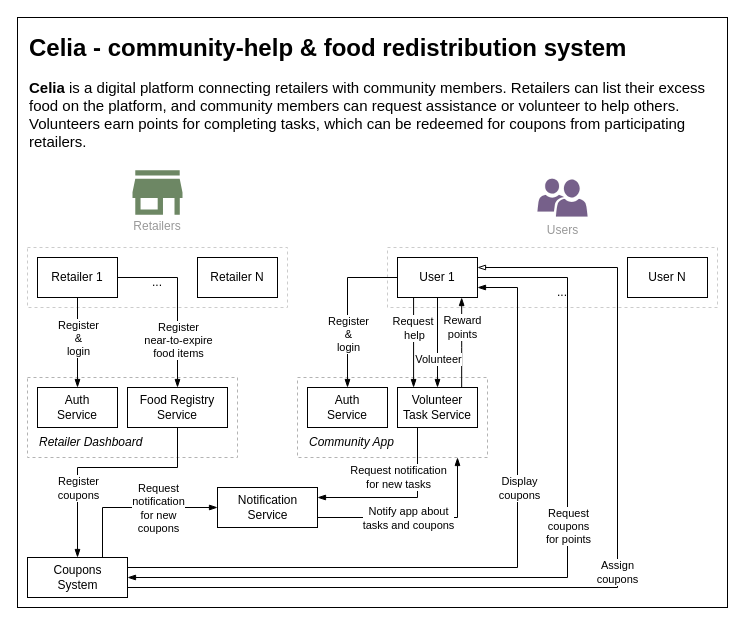
HarshvardhanThosar/msc-project-resources keeps this draw.io diagram as page "Page-2" (2 of 2) of Untitled Diagram.drawio. Above is the earlier version. Source tidied: cells renumbered, new cells numbered last; positions are measured from the earlier drawing's top-left corner, leaving out a move shared by most shapes. Both pictures are drawn from the tidied source at 100%, with x=0, y=0 at pixel (17, 17).
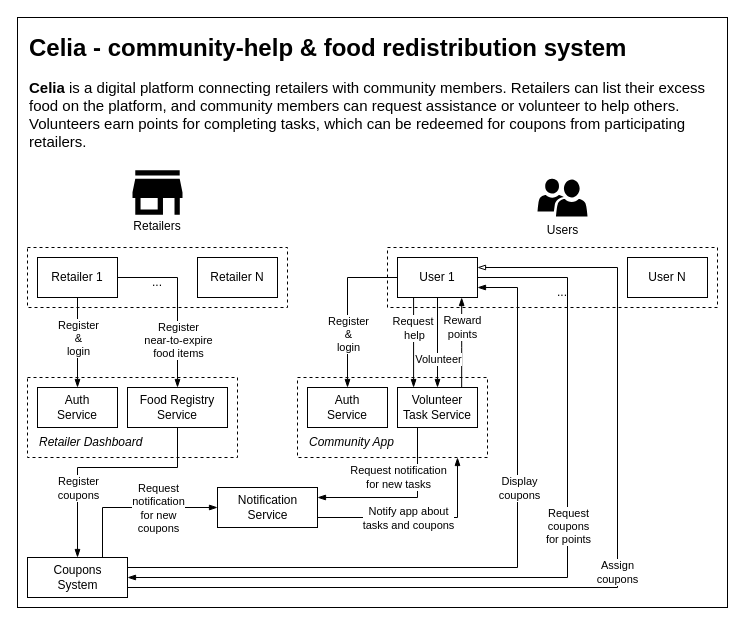
The same diagram, later.

Commit message:
monotonous theme

Unchanged cells that the change refers to:
```xml
<mxCell id="2" style="group;" parent="1" vertex="1">
  <mxGeometry width="710" height="590" as="geometry" />
</mxCell>
```

Change to the diagram source:
```diff
@@
-    <mxCell id="4" style="rounded=0;whiteSpace=wrap;html=1;dashed=1;strokeColor=#B3B3B3;fillColor=none;" parent="2" vertex="1">
+    <mxCell id="4" style="rounded=0;whiteSpace=wrap;html=1;dashed=1;strokeColor=#000000;fillColor=none;" parent="2" vertex="1">
       <mxGeometry x="280" y="360" width="190" height="80" as="geometry" />
     </mxCell>
@@
-    <mxCell id="6" style="rounded=0;whiteSpace=wrap;html=1;dashed=1;strokeColor=#B3B3B3;fillColor=none;" parent="2" vertex="1">
+    <mxCell id="6" style="rounded=0;whiteSpace=wrap;html=1;dashed=1;strokeColor=#000000;fillColor=none;" parent="2" vertex="1">
       <mxGeometry x="10" y="360" width="210" height="80" as="geometry" />
     </mxCell>
@@
-    <mxCell id="14" style="rounded=0;whiteSpace=wrap;html=1;dashed=1;strokeColor=#CCCCCC;fillColor=none;" parent="2" vertex="1">
+    <mxCell id="14" style="rounded=0;whiteSpace=wrap;html=1;dashed=1;strokeColor=#000000;fillColor=none;" parent="2" vertex="1">
       <mxGeometry x="10" y="230" width="260" height="60" as="geometry" />
     </mxCell>
@@
-    <mxCell id="26" value="Retailers" style="strokeColor=none;shadow=1;strokeWidth=1;rounded=0;absoluteArcSize=1;arcSize=70;labelPosition=center;verticalLabelPosition=middle;align=center;verticalAlign=bottom;spacingLeft=0;fontColor=#999999;fontSize=12;whiteSpace=wrap;spacingBottom=2;html=1;glass=0;fillStyle=auto;gradientColor=none;fillColor=none;shadowColor=none;" parent="2" vertex="1">
+    <mxCell id="26" value="&lt;font color=&quot;#000000&quot;&gt;Retailers&lt;/font&gt;" style="strokeColor=none;shadow=1;strokeWidth=1;rounded=0;absoluteArcSize=1;arcSize=70;labelPosition=center;verticalLabelPosition=middle;align=center;verticalAlign=bottom;spacingLeft=0;fontColor=#999999;fontSize=12;whiteSpace=wrap;spacingBottom=2;html=1;glass=0;fillStyle=auto;gradientColor=none;fillColor=none;shadowColor=none;" parent="2" vertex="1">
       <mxGeometry x="110" y="140" width="60" height="80" as="geometry" />
     </mxCell>
-    <mxCell id="27" style="sketch=0;dashed=0;html=1;fillColor=#6d8764;strokeColor=#3A5431;shape=mxgraph.gcp2.retail;fontColor=#ffffff;strokeWidth=0;" parent="26" vertex="1">
+    <mxCell id="27" style="sketch=0;dashed=0;html=1;fillColor=#000000;strokeColor=none;shape=mxgraph.gcp2.retail;fontColor=#ffffff;strokeWidth=0;" parent="26" vertex="1">
       <mxGeometry x="0.5" width="50" height="44.5" relative="1" as="geometry">
         <mxPoint x="-25" y="12.8" as="offset" />
       </mxGeometry>
     </mxCell>
-    <mxCell id="28" value="&lt;span style=&quot;caret-color: rgb(153, 153, 153); color: rgb(153, 153, 153); white-space: normal;&quot;&gt;Users&lt;/span&gt;" style="sketch=0;shadow=0;dashed=0;html=1;strokeColor=#432D57;labelPosition=center;verticalLabelPosition=bottom;verticalAlign=top;align=center;fillColor=#76608a;shape=mxgraph.mscae.intune.user_group;strokeWidth=0;fontColor=#ffffff;" parent="2" vertex="1">
+    <mxCell id="28" value="&lt;span style=&quot;caret-color: rgb(153, 153, 153); white-space: normal;&quot;&gt;&lt;font color=&quot;#000000&quot;&gt;Users&lt;/font&gt;&lt;/span&gt;" style="sketch=0;shadow=0;dashed=0;html=1;strokeColor=none;labelPosition=center;verticalLabelPosition=bottom;verticalAlign=top;align=center;fillColor=#000000;shape=mxgraph.mscae.intune.user_group;strokeWidth=0;fontColor=#ffffff;" parent="2" vertex="1">
       <mxGeometry x="520" y="161" width="50" height="38" as="geometry" />
     </mxCell>
-    <mxCell id="29" style="rounded=0;whiteSpace=wrap;html=1;dashed=1;strokeColor=#CCCCCC;fillColor=none;" parent="2" vertex="1">
+    <mxCell id="29" style="rounded=0;whiteSpace=wrap;html=1;dashed=1;strokeColor=#000000;fillColor=none;" parent="2" vertex="1">
       <mxGeometry x="370" y="230" width="330" height="60" as="geometry" />
     </mxCell>
```
